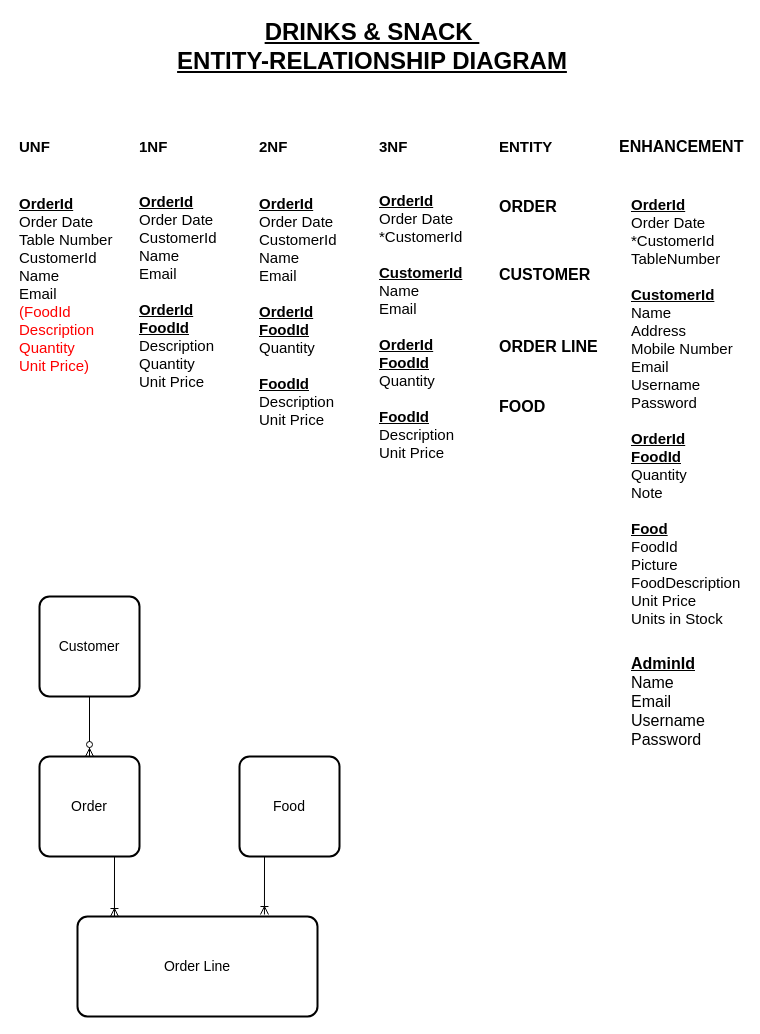
Earlier version of the draw.io diagram ISAD251_CW_ERD/ISAD251_CW_ERD.drawio (Stephen-Daniel/isad251_cw_2019). Source tidied: cells renumbered, new cells numbered last; positions are measured from the earlier drawing's top-left corner, leaving out a move shared by most shapes. Both pictures are drawn from the tidied source at 100%, with x=0, y=0 at pixel (17, 36).
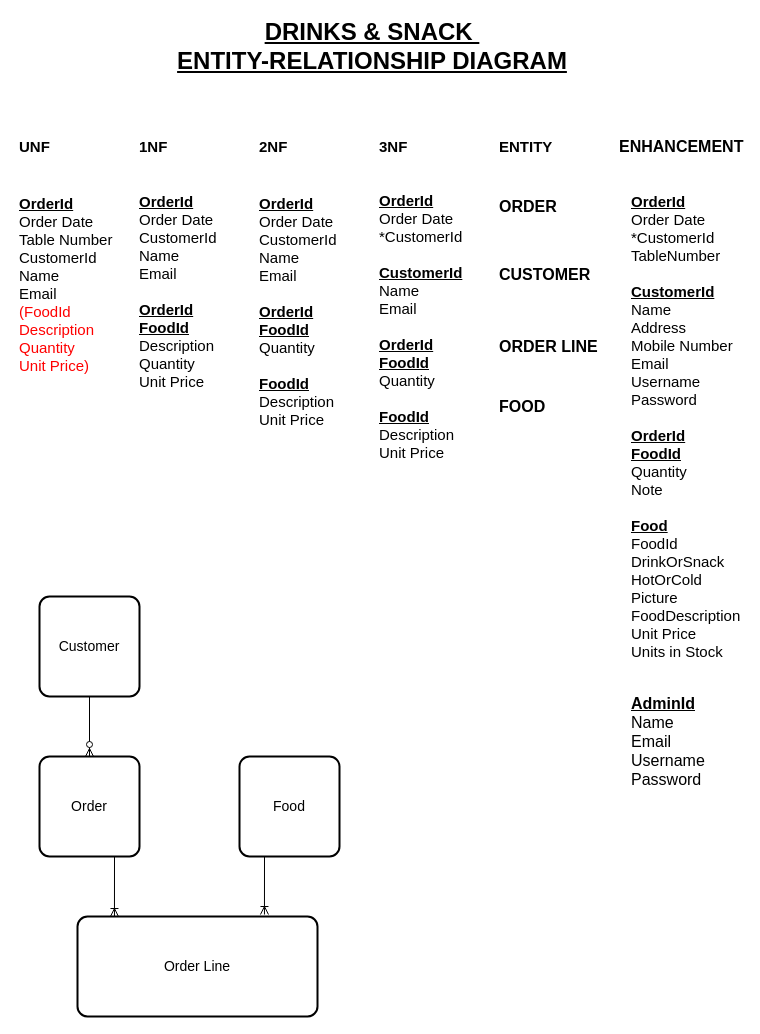
The same diagram, later.

Commit message (it also covers changes not shown here):
adjusted the erd also added ADMIN to the sql

Change to the diagram source:
```diff
@@
-    <mxCell id="17" value="&lt;b&gt;&lt;u&gt;OrderId&lt;/u&gt;&lt;/b&gt;&lt;br&gt;Order Date&lt;br&gt;*CustomerId&lt;br&gt;TableNumber&lt;br&gt;&lt;br&gt;&lt;b&gt;&lt;u&gt;CustomerId&lt;/u&gt;&lt;/b&gt;&lt;br&gt;Name&lt;br&gt;Address&lt;br&gt;Mobile Number&lt;br&gt;Email&lt;br&gt;Username&lt;br&gt;Password&lt;br&gt;&lt;br&gt;&lt;b&gt;&lt;u&gt;OrderId&lt;br&gt;FoodId&lt;/u&gt;&lt;/b&gt;&lt;br&gt;Quantity&lt;br&gt;Note&lt;br&gt;&lt;br&gt;&lt;b&gt;&lt;u&gt;Food&lt;/u&gt;&lt;/b&gt;&lt;br&gt;FoodId&lt;br&gt;Picture&lt;br&gt;FoodDescription&lt;br&gt;Unit Price&lt;br&gt;Units in Stock" style="text;html=1;strokeColor=none;fillColor=none;align=left;verticalAlign=middle;whiteSpace=wrap;rounded=0;fontSize=15;" parent="1" vertex="1">
-      <mxGeometry x="612" y="150" width="110" height="450" as="geometry" />
+    <mxCell id="17" value="&lt;b&gt;&lt;u&gt;OrderId&lt;/u&gt;&lt;/b&gt;&lt;br&gt;Order Date&lt;br&gt;*CustomerId&lt;br&gt;TableNumber&lt;br&gt;&lt;br&gt;&lt;b&gt;&lt;u&gt;CustomerId&lt;/u&gt;&lt;/b&gt;&lt;br&gt;Name&lt;br&gt;Address&lt;br&gt;Mobile Number&lt;br&gt;Email&lt;br&gt;Username&lt;br&gt;Password&lt;br&gt;&lt;br&gt;&lt;b&gt;&lt;u&gt;OrderId&lt;br&gt;FoodId&lt;/u&gt;&lt;/b&gt;&lt;br&gt;Quantity&lt;br&gt;Note&lt;br&gt;&lt;br&gt;&lt;b&gt;&lt;u&gt;Food&lt;/u&gt;&lt;/b&gt;&lt;br&gt;FoodId&lt;br&gt;DrinkOrSnack&lt;br&gt;HotOrCold&lt;br&gt;Picture&lt;br&gt;FoodDescription&lt;br&gt;Unit Price&lt;br&gt;Units in Stock" style="text;html=1;strokeColor=none;fillColor=none;align=left;verticalAlign=middle;whiteSpace=wrap;rounded=0;fontSize=15;" parent="1" vertex="1">
+      <mxGeometry x="612" y="165" width="110" height="450" as="geometry" />
     </mxCell>
@@
     <mxCell id="26" value="&lt;b&gt;&lt;u&gt;AdminId&lt;/u&gt;&lt;/b&gt;&lt;br&gt;Name&lt;br&gt;Email&lt;br&gt;Username&lt;br&gt;Password" style="text;html=1;strokeColor=none;fillColor=none;align=left;verticalAlign=middle;whiteSpace=wrap;rounded=0;fontSize=16;" parent="1" vertex="1">
-      <mxGeometry x="612" y="620" width="70" height="90" as="geometry" />
+      <mxGeometry x="612" y="660" width="70" height="90" as="geometry" />
     </mxCell>
```
